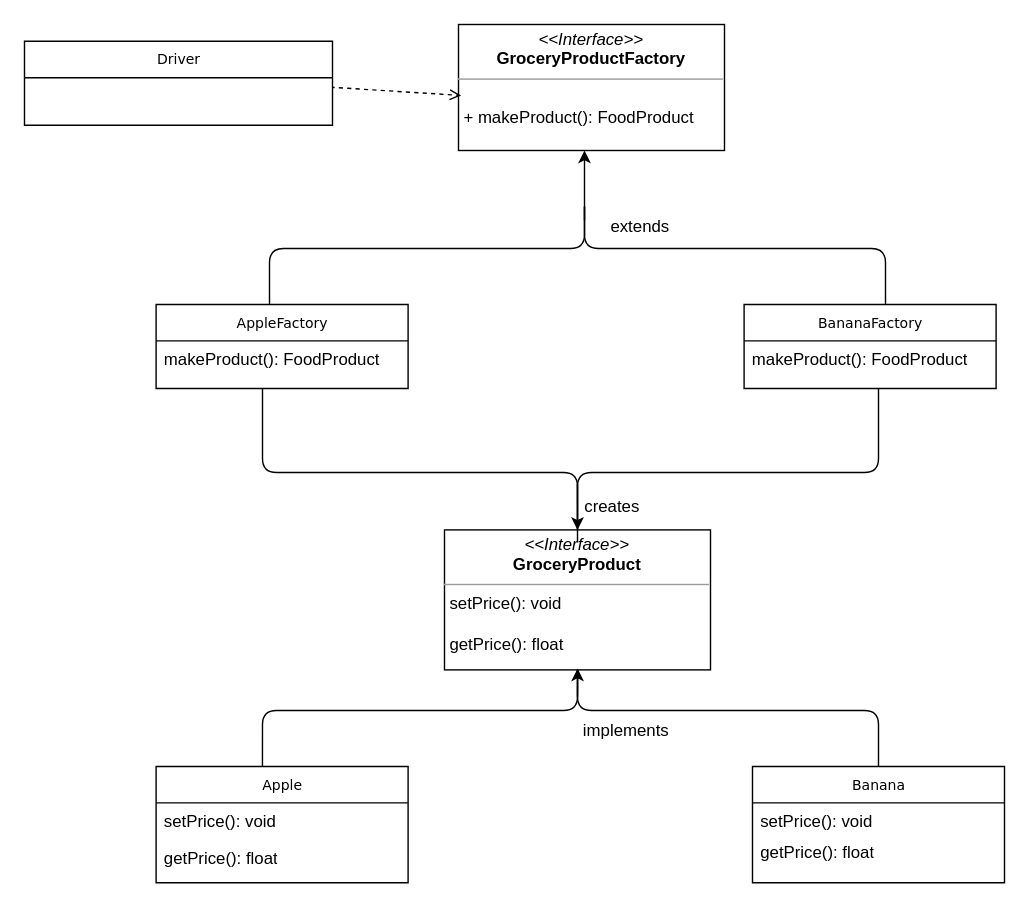
The draw.io diagram out/production/Design_and_Architecture_1/UML_MODEL.drawio in tanish1409/Design_and_Architecture_1, before the edit. Source tidied: cells renumbered, new cells numbered last; positions are measured from the earlier drawing's top-left corner, leaving out a move shared by most shapes. Both pictures are drawn from the tidied source at 140%, with x=0, y=0 at pixel (24, 24).
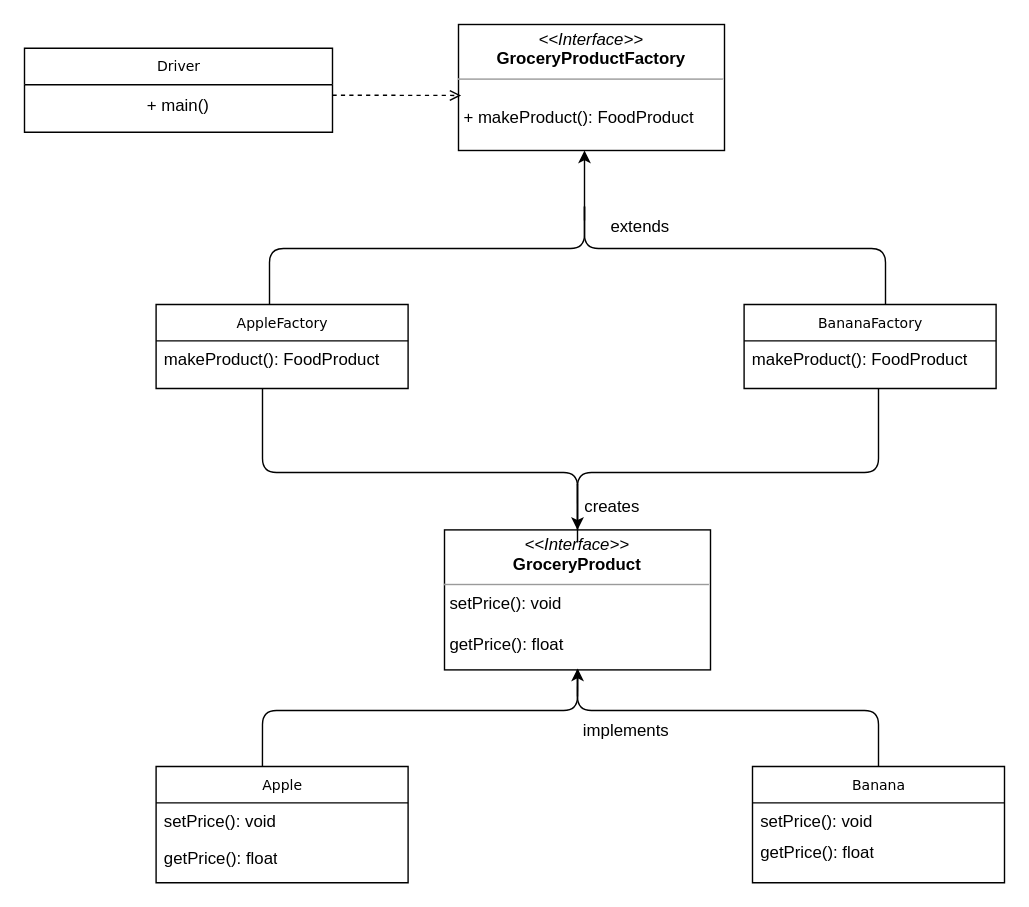
The same diagram, later.

The change refers to these unchanged cells:
```xml
<mxCell id="4" value="&lt;p style=&quot;margin:0px;margin-top:4px;text-align:center;&quot;&gt;&lt;i&gt;&amp;lt;&amp;lt;Interface&amp;gt;&amp;gt;&lt;/i&gt;&lt;br&gt;&lt;b&gt;GroceryProductFactory&lt;/b&gt;&lt;/p&gt;&lt;hr size=&quot;1&quot;&gt;&lt;p style=&quot;margin:0px;margin-left:4px;&quot;&gt;&lt;br&gt;&lt;/p&gt;&lt;p style=&quot;margin:0px;margin-left:4px;&quot;&gt;+ makeProduct(): FoodProduct&lt;br&gt;&lt;/p&gt;" style="verticalAlign=top;align=left;overflow=fill;fontSize=12;fontFamily=Helvetica;html=1;rounded=0;shadow=0;comic=0;labelBackgroundColor=none;strokeWidth=1;" parent="1" vertex="1">
  <mxGeometry x="310" width="190" height="90" as="geometry" />
</mxCell>
```

What changed in the source:
```diff
@@
-    <mxCell id="25" style="endArrow=open;html=1;rounded=0;align=center;verticalAlign=bottom;dashed=1;endFill=0;labelBackgroundColor=none;exitX=1.007;exitY=0.286;exitDx=0;exitDy=0;exitPerimeter=0;entryX=0.01;entryY=0.563;entryDx=0;entryDy=0;entryPerimeter=0;" parent="1" edge="1" target="4">
-      <mxGeometry relative="1" as="geometry">
-        <mxPoint x="218.5" y="44.8" as="sourcePoint" />
-      </mxGeometry>
+    <mxCell id="25" style="endArrow=open;html=1;rounded=0;align=center;verticalAlign=bottom;dashed=1;endFill=0;labelBackgroundColor=none;exitX=1;exitY=0.25;exitDx=0;exitDy=0;entryX=0.01;entryY=0.563;entryDx=0;entryDy=0;entryPerimeter=0;" parent="1" edge="1" source="29" target="4">
+      <mxGeometry relative="1" as="geometry" />
     </mxCell>
@@
     <mxCell id="28" value="Driver" style="swimlane;html=1;fontStyle=0;horizontal=1;startSize=26;fillColor=none;swimlaneFillColor=#ffffff;rounded=0;shadow=0;comic=0;labelBackgroundColor=none;strokeWidth=1;fontFamily=Verdana;fontSize=10;align=center;" parent="1" vertex="1">
-      <mxGeometry y="12" width="220" height="60" as="geometry" />
+      <mxGeometry y="17" width="220" height="60" as="geometry" />
     </mxCell>
+    <mxCell id="29" value="+ main()" style="text;html=1;strokeColor=none;fillColor=none;align=center;verticalAlign=middle;whiteSpace=wrap;rounded=0;" parent="28" vertex="1">
+      <mxGeometry y="26" width="220" height="30" as="geometry" />
+    </mxCell>
```
